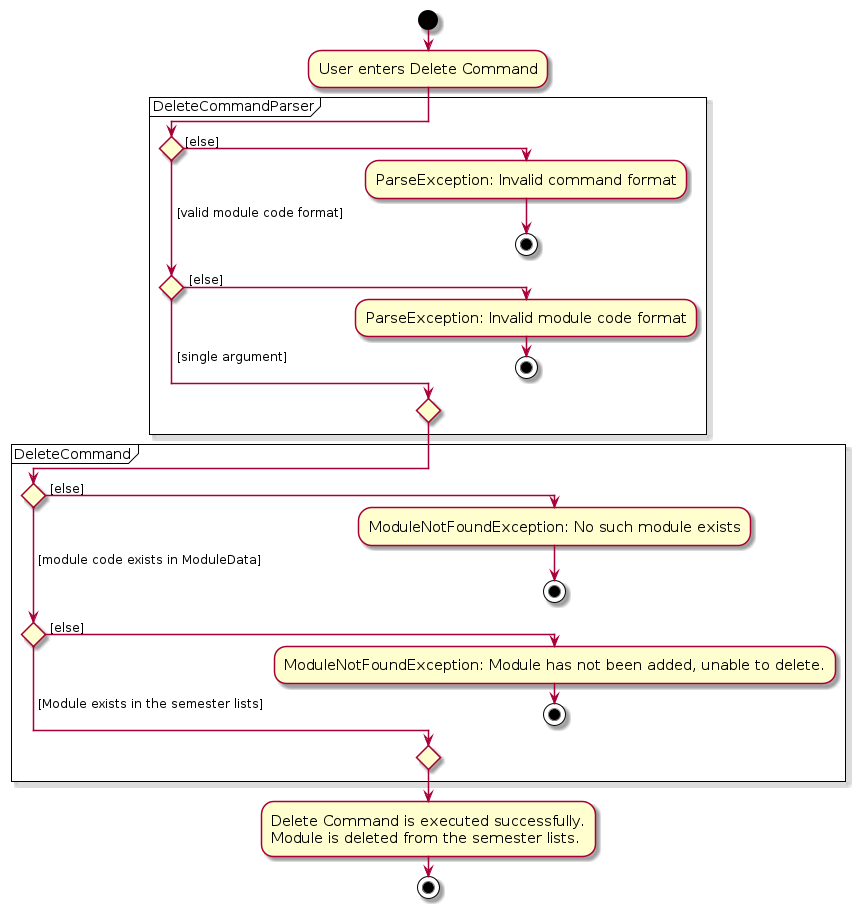
Above: diagrams/DeleteCommandActivityDiagram.png in yyyaohhh/tp (PlantUML), before the change. Its source is kept beside it as diagrams/DeleteCommandActivityDiagram.puml.
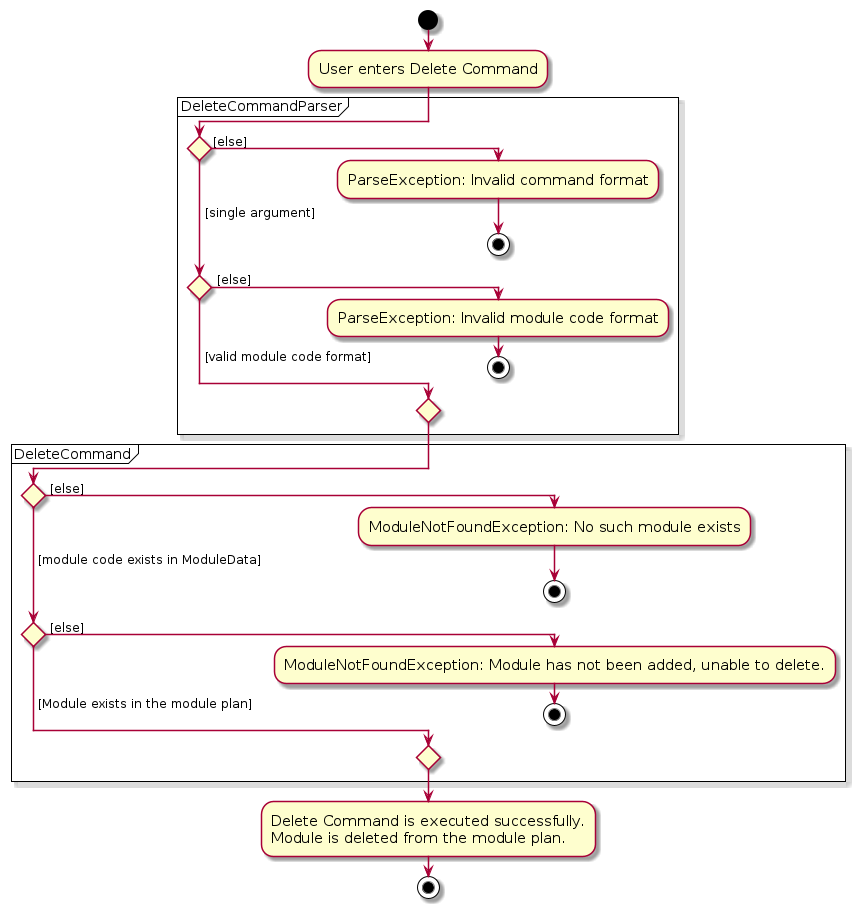
Later version of the same file.

Diff of the diagram source:
```diff
@@ -11,10 +11,10 @@
 if () then ([else])
     :ParseException: Invalid command format;
     stop
-( [valid module code format]) elseif () then ( [else])
+( [single argument]) elseif () then ( [else])
     :ParseException: Invalid module code format;
     stop
-else ( [single argument])
+else ( [valid module code format])
 
 endif
 }
@@ -27,13 +27,13 @@
 ( [module code exists in ModuleData]) elseif () then ( [else])
     :ModuleNotFoundException: Module has not been added, unable to delete.;
     stop
-else ( [Module exists in the semester lists])
+else ( [Module exists in the module plan])
 
 endif
 }
 
 :Delete Command is executed successfully.
-Module is deleted from the semester lists.;
+Module is deleted from the module plan.;
 
 stop
 
```
